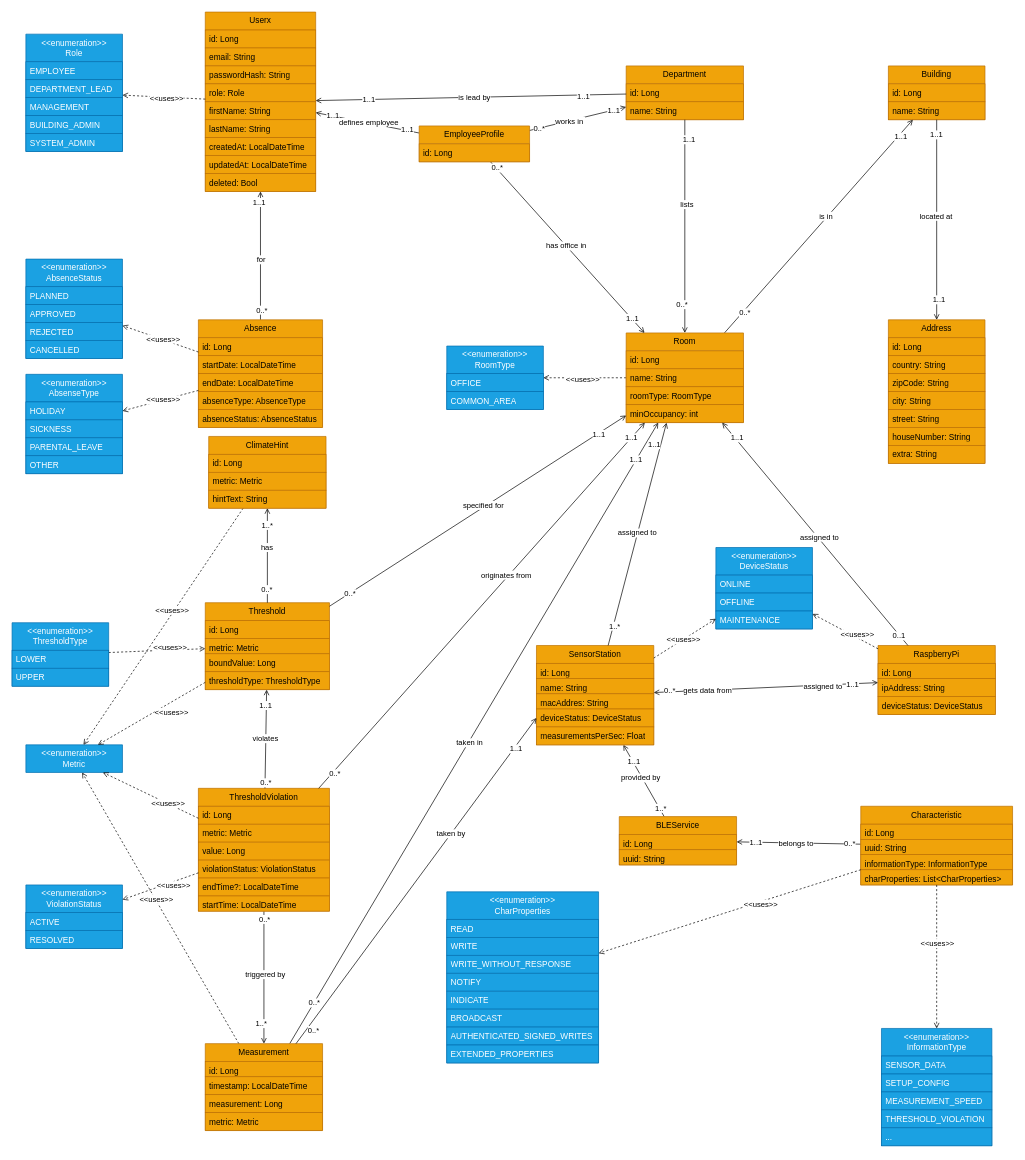
adriano-paganini/ClimateCanary keeps this draw.io diagram as docs/Softwarekonzept_V2/images/climate-canary-webapp-backend .drawio. Above is the earlier version. Source tidied: cells renumbered, new cells numbered last; positions are measured from the earlier drawing's top-left corner, leaving out a move shared by most shapes. Both pictures are drawn from the tidied source at 69%, with x=0, y=0 at pixel (12, 12).
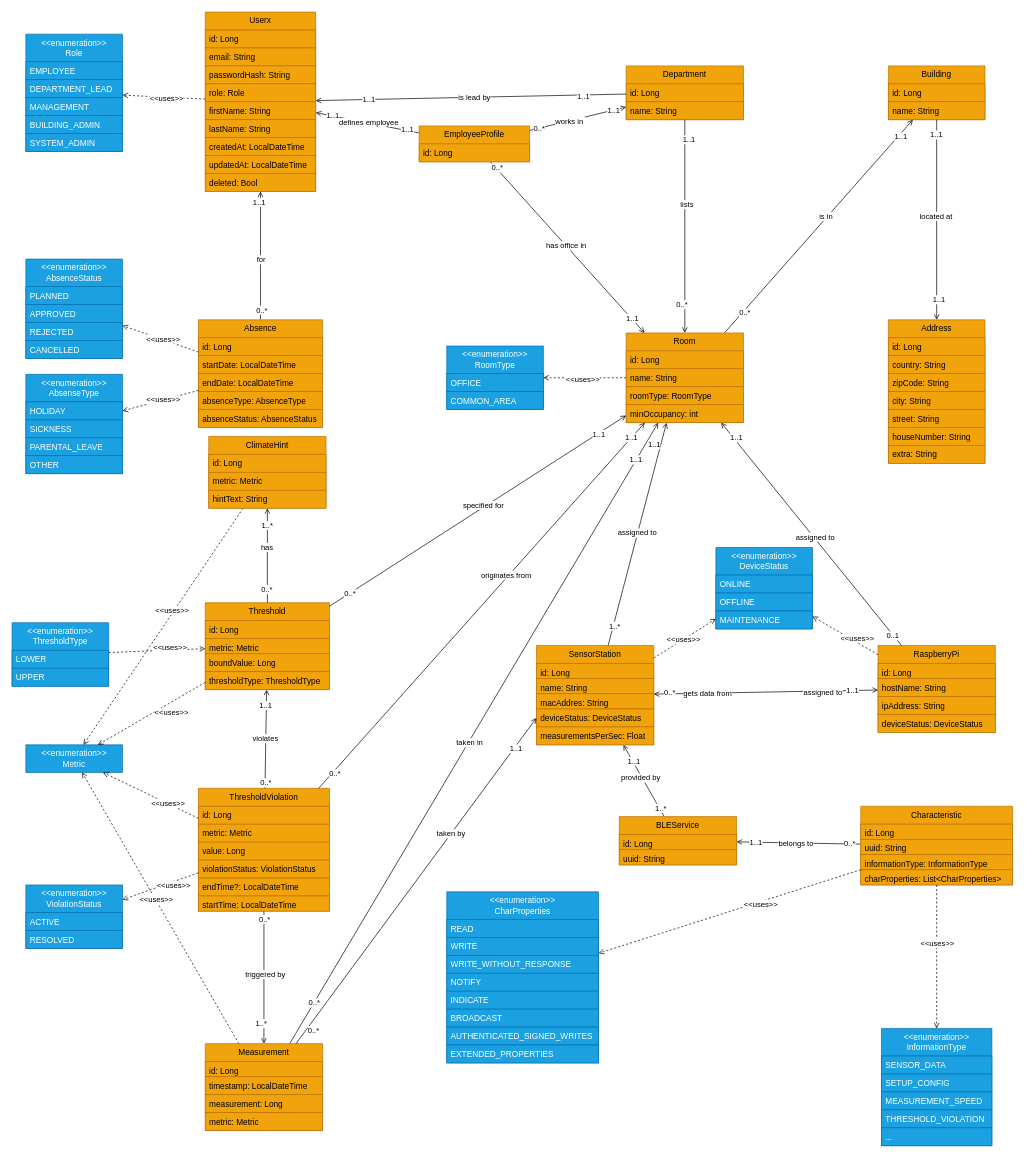
After the change.

Commit message (it also covers changes not shown here):
chore: sequence diagram for first time system setup

Diff of the diagram source:
```diff
@@
     <mxCell id="66" value="RaspberryPi" style="swimlane;fontStyle=0;horizontal=1;startSize=26;fillColor=#f0a30a;whiteSpace=wrap;html=1;fontColor=#000000;strokeColor=#BD7000;" parent="1" vertex="1">
-      <mxGeometry x="1255" y="918" width="170" height="100" as="geometry" />
+      <mxGeometry x="1255" y="918" width="170" height="126" as="geometry" />
     </mxCell>
@@
+    <mxCell id="232" value="hostName: String" style="text;strokeColor=#BD7000;fillColor=#f0a30a;align=left;verticalAlign=top;spacingLeft=4;spacingRight=4;overflow=hidden;whiteSpace=wrap;html=1;fontColor=#000000;" parent="66" vertex="1">
+      <mxGeometry y="48" width="170" height="26" as="geometry" />
+    </mxCell>
     <mxCell id="68" value="ipAddress: String" style="text;strokeColor=#BD7000;fillColor=#f0a30a;align=left;verticalAlign=top;spacingLeft=4;spacingRight=4;overflow=hidden;whiteSpace=wrap;html=1;fontColor=#000000;" parent="66" vertex="1">
-      <mxGeometry y="48" width="170" height="26" as="geometry" />
+      <mxGeometry y="74" width="170" height="26" as="geometry" />
     </mxCell>
     <mxCell id="69" value="deviceStatus: DeviceStatus" style="text;strokeColor=#BD7000;fillColor=#f0a30a;align=left;verticalAlign=top;spacingLeft=4;spacingRight=4;overflow=hidden;whiteSpace=wrap;html=1;fontColor=#000000;" parent="66" vertex="1">
-      <mxGeometry y="74" width="170" height="26" as="geometry" />
+      <mxGeometry y="100" width="170" height="26" as="geometry" />
     </mxCell>
```
